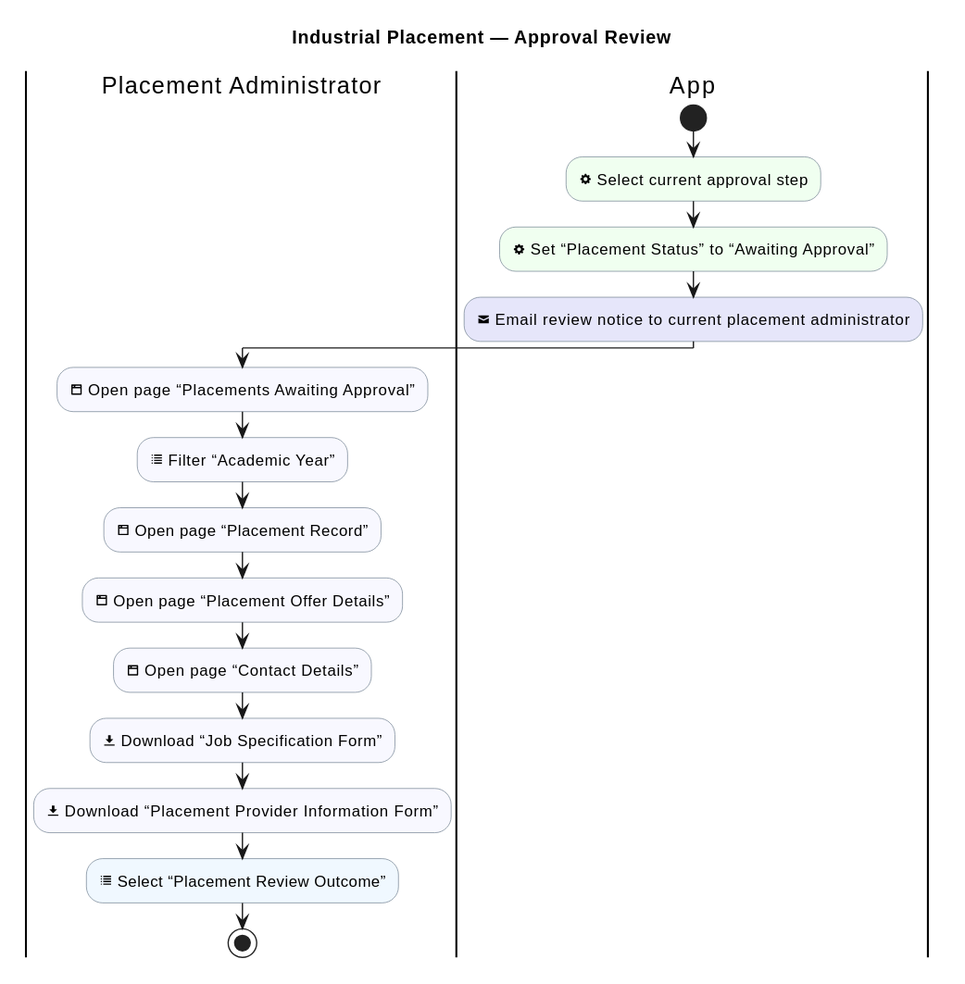
sdflkjssl/sdflkjssl.github.io keeps this PlantUML diagram as industrial-placement-group-project/diagrams/industrial-placement/approval-review.svg. Above is the earlier version.
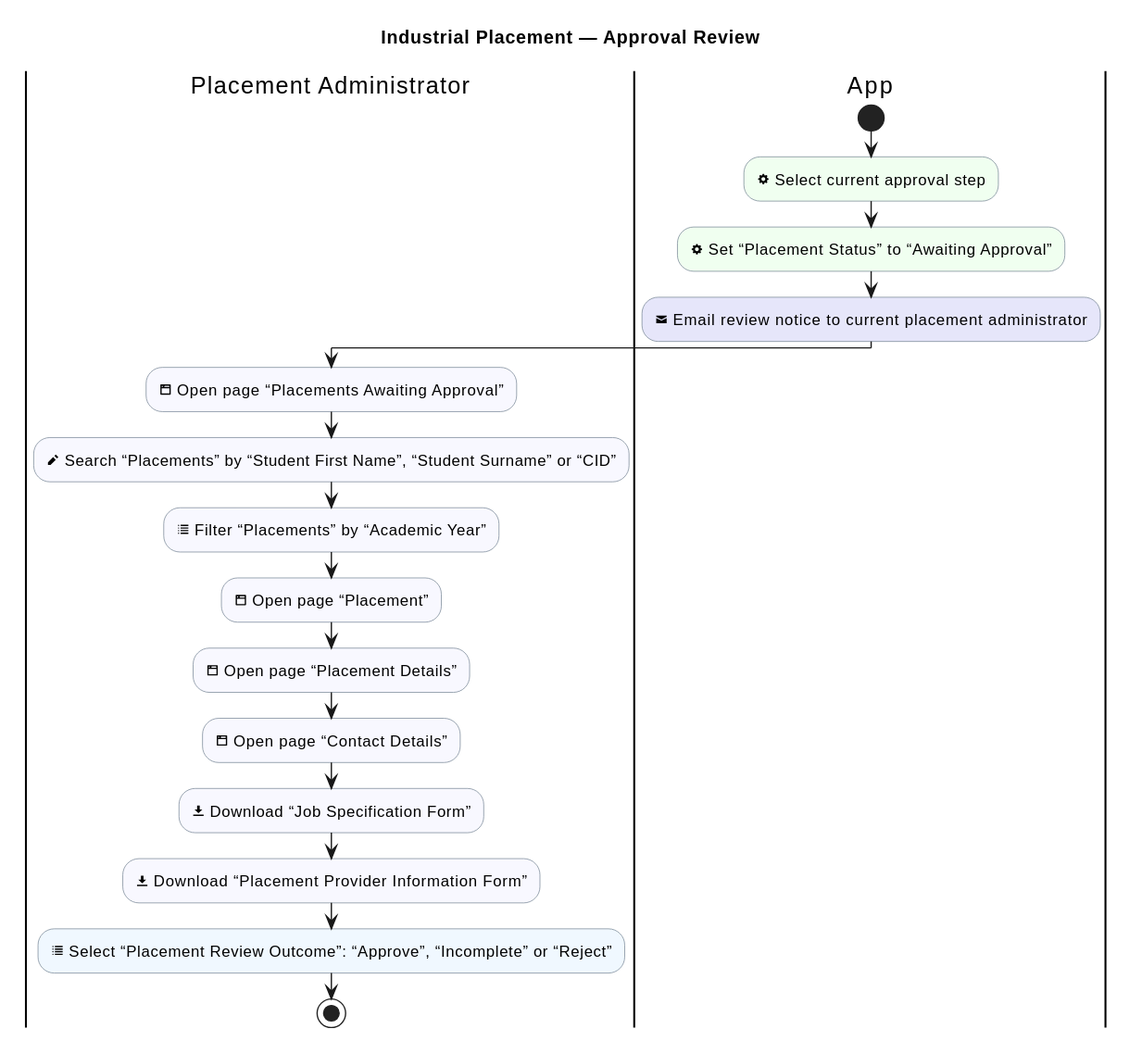
After the change.

The edit, as a diff of the source:
```diff
@@ -18,12 +18,13 @@
 
 |Placement Administrator|
 :<&browser> Open page “Placements Awaiting Approval”; <<#GhostWhite>>
-:<&list> Filter “Academic Year”; <<#GhostWhite>>
-:<&browser> Open page “Placement Record”; <<#GhostWhite>>
-:<&browser> Open page “Placement Offer Details”; <<#GhostWhite>>
+:<&pencil> Search “Placements” by “Student First Name”, “Student Surname” or “CID”; <<#GhostWhite>>
+:<&list> Filter “Placements” by “Academic Year”; <<#GhostWhite>>
+:<&browser> Open page “Placement”; <<#GhostWhite>>
+:<&browser> Open page “Placement Details”; <<#GhostWhite>>
 :<&browser> Open page “Contact Details”; <<#GhostWhite>>
 :<&data-transfer-download> Download “Job Specification Form”; <<#GhostWhite>>
 :<&data-transfer-download> Download “Placement Provider Information Form”; <<#GhostWhite>>
-:<&list> Select “Placement Review Outcome”; <<#AliceBlue>>
+:<&list> Select “Placement Review Outcome”: “Approve”, “Incomplete” or “Reject”; <<#AliceBlue>>
 stop
 @enduml
```
